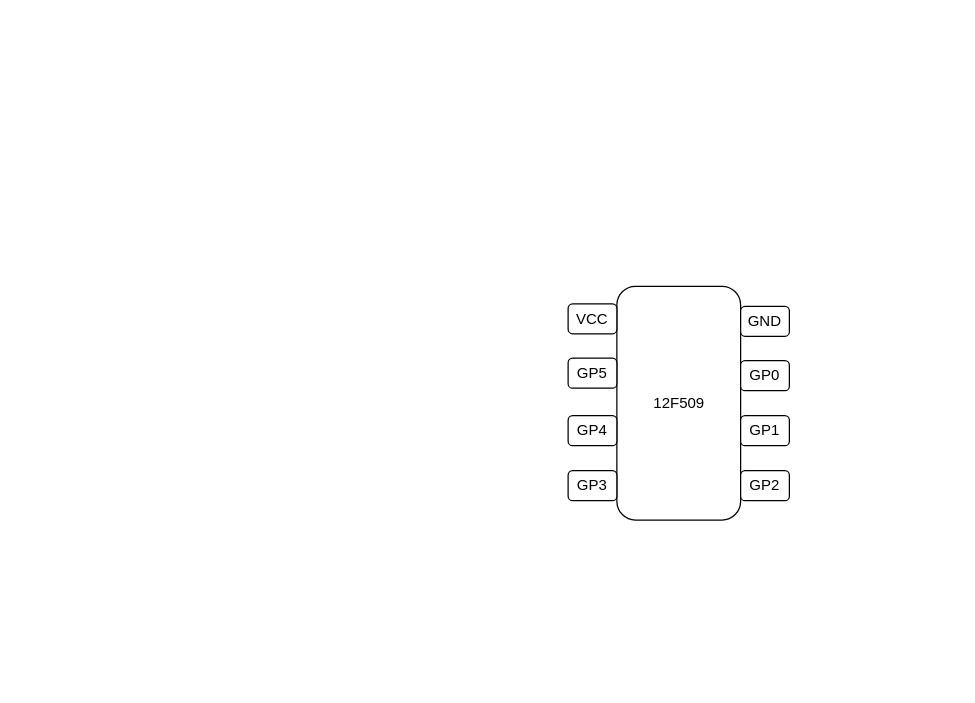
This is NAXCLOWLAB_S331A2.drawio from svija/pubsub, a draw.io file, before an edit. Source tidied: cells renumbered, new cells numbered last; positions are measured from the earlier drawing's top-left corner, leaving out a move shared by most shapes. Both pictures are drawn from the tidied source at 125%, with x=0, y=0 at pixel (568, 286).
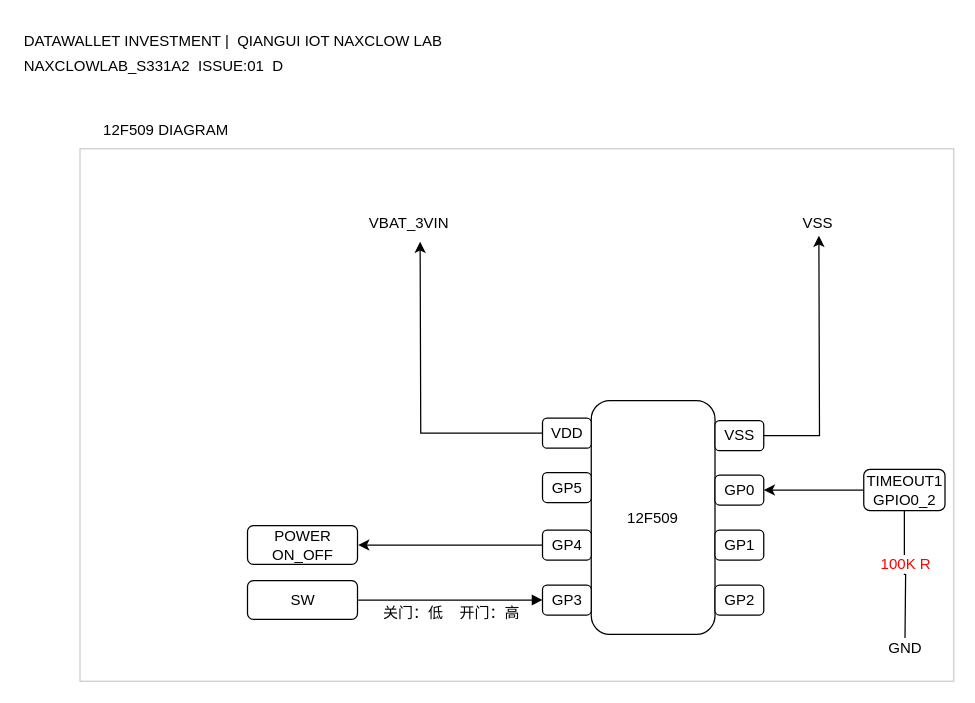
Above is the later version.

The change refers to these unchanged cells:
```xml
<mxCell id="7" value="GP0" style="rounded=1;whiteSpace=wrap;html=1;" parent="2" vertex="1">
  <mxGeometry x="138" y="59.5" width="39" height="24" as="geometry" />
</mxCell>
<mxCell id="11" value="GP4" style="rounded=1;whiteSpace=wrap;html=1;" parent="2" vertex="1">
  <mxGeometry y="103.5" width="39" height="24" as="geometry" />
</mxCell>
<mxCell id="12" value="GP3" style="rounded=1;whiteSpace=wrap;html=1;" parent="2" vertex="1">
  <mxGeometry y="147.5" width="39" height="24" as="geometry" />
</mxCell>
```

Diff of the diagram source:
```diff
@@
+    <mxCell id="13" value="DATAWALLET INVESTMENT |&amp;nbsp; QIANGUI IOT NAXCLOW LAB" style="text;html=1;strokeColor=none;fillColor=none;align=left;verticalAlign=middle;whiteSpace=wrap;rounded=0;fontColor=#000000;" parent="1" vertex="1">
+      <mxGeometry x="-437" y="-212" width="396" height="32" as="geometry" />
+    </mxCell>
+    <mxCell id="14" value="NAXCLOWLAB_S331A2&amp;nbsp; ISSUE:01&amp;nbsp; D" style="text;html=1;strokeColor=none;fillColor=none;align=left;verticalAlign=middle;whiteSpace=wrap;rounded=0;fontColor=#000000;" parent="1" vertex="1">
+      <mxGeometry x="-437" y="-186" width="389" height="19" as="geometry" />
+    </mxCell>
+    <mxCell id="15" style="group;" parent="1" vertex="1">
+      <mxGeometry x="-390.5" y="-110.5" width="699" height="426" as="geometry" />
+    </mxCell>
-    <mxCell id="2" style="group;" parent="1" vertex="1">
-      <mxGeometry y="-0.5" width="177" height="187" as="geometry" />
+    <mxCell id="2" style="group;" parent="15" vertex="1">
+      <mxGeometry x="370" y="201.5" width="177" height="187" as="geometry" />
     </mxCell>
@@
-    <mxCell id="5" value="GND" style="rounded=1;whiteSpace=wrap;html=1;" parent="2" vertex="1">
+    <mxCell id="5" value="VSS" style="rounded=1;whiteSpace=wrap;html=1;" parent="2" vertex="1">
       <mxGeometry x="138" y="16" width="39" height="24" as="geometry" />
     </mxCell>
-    <mxCell id="6" value="VCC" style="rounded=1;whiteSpace=wrap;html=1;" parent="2" vertex="1">
+    <mxCell id="6" value="VDD" style="rounded=1;whiteSpace=wrap;html=1;" parent="2" vertex="1">
       <mxGeometry y="14" width="39" height="24" as="geometry" />
     </mxCell>
@@
+    <mxCell id="16" style="edgeStyle=orthogonalEdgeStyle;rounded=0;jettySize=auto;html=1;exitX=0;exitY=0.5;exitDx=0;exitDy=0;startArrow=block;startFill=1;endArrow=none;endFill=0;" parent="15" edge="1" source="12">
+      <mxGeometry relative="1" as="geometry">
+        <mxPoint x="222.5" y="361" as="targetPoint" />
+      </mxGeometry>
+    </mxCell>
+    <mxCell id="17" style="edgeStyle=orthogonalEdgeStyle;rounded=0;jettySize=auto;html=1;exitX=0;exitY=0.5;exitDx=0;exitDy=0;" parent="15" edge="1" source="11">
+      <mxGeometry relative="1" as="geometry">
+        <mxPoint x="222.5" y="317" as="targetPoint" />
+      </mxGeometry>
+    </mxCell>
+    <mxCell id="18" value="POWER ON_OFF" style="rounded=1;whiteSpace=wrap;html=1;" parent="15" vertex="1">
+      <mxGeometry x="134" y="301.5" width="88" height="31" as="geometry" />
+    </mxCell>
+    <mxCell id="19" value="SW" style="rounded=1;whiteSpace=wrap;html=1;" parent="15" vertex="1">
+      <mxGeometry x="134" y="345.5" width="88" height="31" as="geometry" />
+    </mxCell>
+    <mxCell id="20" style="edgeStyle=orthogonalEdgeStyle;rounded=0;jettySize=auto;html=1;exitX=0;exitY=0.5;exitDx=0;exitDy=0;" parent="15" edge="1" source="6">
+      <mxGeometry relative="1" as="geometry">
+        <mxPoint x="272.1" y="74.3" as="targetPoint" />
+      </mxGeometry>
+    </mxCell>
+    <mxCell id="21" style="edgeStyle=orthogonalEdgeStyle;rounded=0;jettySize=auto;html=1;exitX=1;exitY=0.5;exitDx=0;exitDy=0;" parent="15" edge="1" source="5">
+      <mxGeometry relative="1" as="geometry">
+        <mxPoint x="591.1" y="69.5" as="targetPoint" />
+      </mxGeometry>
+    </mxCell>
+    <mxCell id="22" value="VBAT_3VIN" style="text;html=1;strokeColor=none;fillColor=none;align=center;verticalAlign=middle;whiteSpace=wrap;rounded=0;" parent="15" vertex="1">
+      <mxGeometry x="243" y="49" width="40" height="20" as="geometry" />
+    </mxCell>
+    <mxCell id="23" value="VSS" style="text;html=1;strokeColor=none;fillColor=none;align=center;verticalAlign=middle;whiteSpace=wrap;rounded=0;" parent="15" vertex="1">
+      <mxGeometry x="570" y="49" width="40" height="20" as="geometry" />
+    </mxCell>
+    <mxCell id="24" style="edgeStyle=orthogonalEdgeStyle;rounded=0;jettySize=auto;html=1;exitX=0.5;exitY=1;exitDx=0;exitDy=0;startArrow=none;startFill=0;endArrow=none;endFill=0;" parent="15" edge="1" source="26">
+      <mxGeometry relative="1" as="geometry">
+        <mxPoint x="660" y="391.4" as="targetPoint" />
+      </mxGeometry>
+    </mxCell>
+    <mxCell id="25" value="100K R" style="text;html=1;align=center;verticalAlign=middle;labelBackgroundColor=#ffffff;fontColor=#FF0000;" parent="24" vertex="1">
+      <mxGeometry x="0.29" relative="1" as="geometry">
+        <mxPoint x="-0.5" y="-22.5" as="offset" />
+      </mxGeometry>
+    </mxCell>
+    <mxCell id="26" value="TIMEOUT1&lt;br&gt;GPIO0_2&lt;br&gt;" style="rounded=1;whiteSpace=wrap;html=1;" parent="15" vertex="1">
+      <mxGeometry x="627" y="256.5" width="65" height="33" as="geometry" />
+    </mxCell>
+    <mxCell id="27" style="edgeStyle=orthogonalEdgeStyle;rounded=0;jettySize=auto;html=1;startArrow=classic;startFill=1;endArrow=none;endFill=0;" parent="15" edge="1" source="7" target="26">
+      <mxGeometry relative="1" as="geometry" />
+    </mxCell>
+    <mxCell id="28" value="GND" style="text;html=1;strokeColor=none;fillColor=none;align=center;verticalAlign=middle;whiteSpace=wrap;rounded=0;fontColor=#000000;" parent="15" vertex="1">
+      <mxGeometry x="640" y="389" width="40" height="20" as="geometry" />
+    </mxCell>
+    <mxCell id="29" value="关门：低&amp;nbsp; &amp;nbsp; 开门：高" style="text;html=1;strokeColor=none;fillColor=none;align=center;verticalAlign=middle;whiteSpace=wrap;rounded=0;fontColor=#000000;" parent="15" vertex="1">
+      <mxGeometry x="222" y="361" width="150" height="21" as="geometry" />
+    </mxCell>
+    <mxCell id="30" style="rounded=0;whiteSpace=wrap;html=1;strokeColor=#CCCCCC;fillColor=none;fontColor=#000000;" parent="15" vertex="1">
+      <mxGeometry width="699" height="426" as="geometry" />
+    </mxCell>
+    <mxCell id="31" value="12F509 DIAGRAM" style="text;html=1;strokeColor=none;fillColor=none;align=center;verticalAlign=middle;whiteSpace=wrap;rounded=0;fontColor=#000000;" parent="1" vertex="1">
+      <mxGeometry x="-390.5" y="-133" width="137" height="16" as="geometry" />
+    </mxCell>
```
